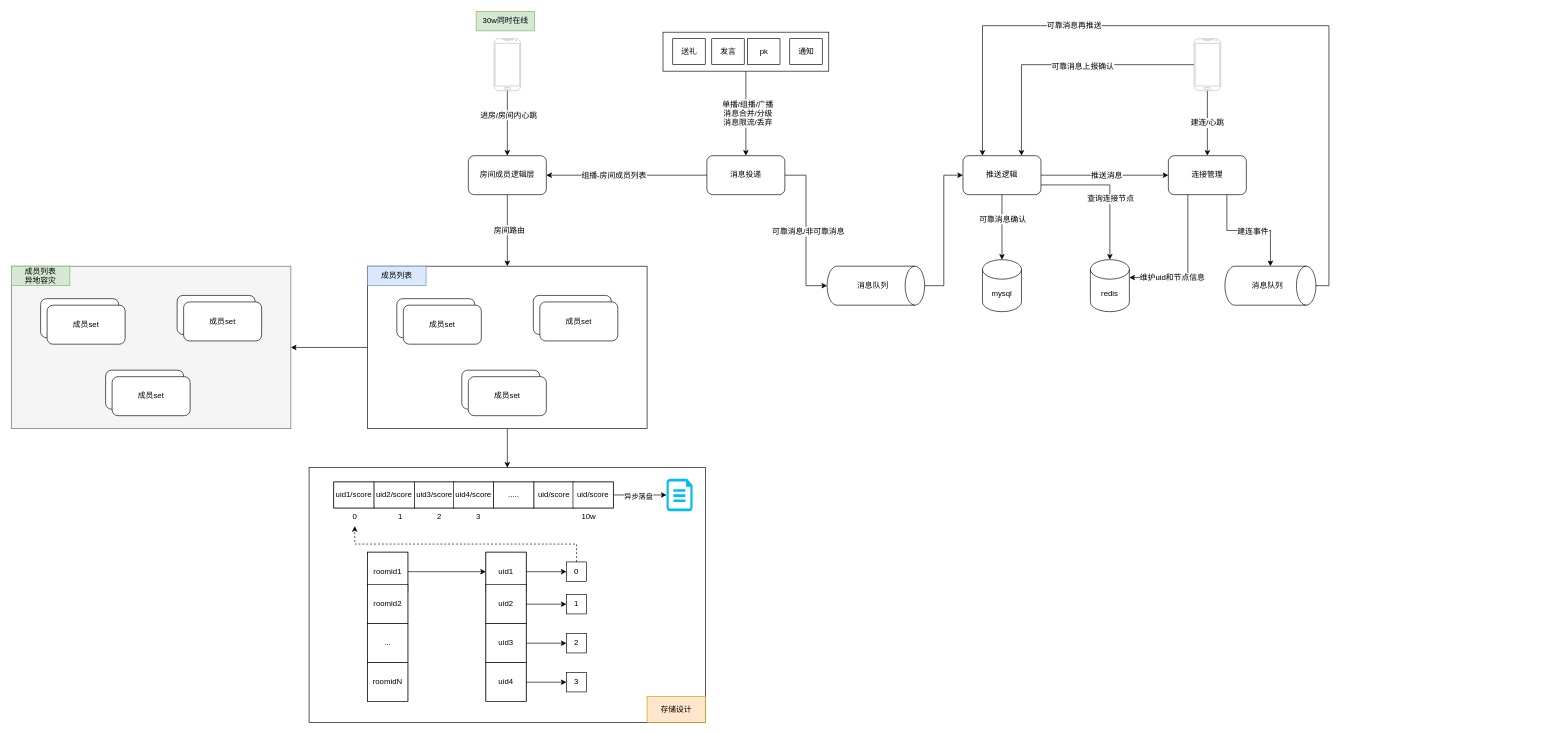
Above: live.drawio in lovercode/drawio (draw.io), before the change. Source tidied: cells renumbered, new cells numbered last; positions are measured from the earlier drawing's top-left corner, leaving out a move shared by most shapes. Both pictures are drawn from the tidied source at 65%, with x=0, y=0 at pixel (11, 11).
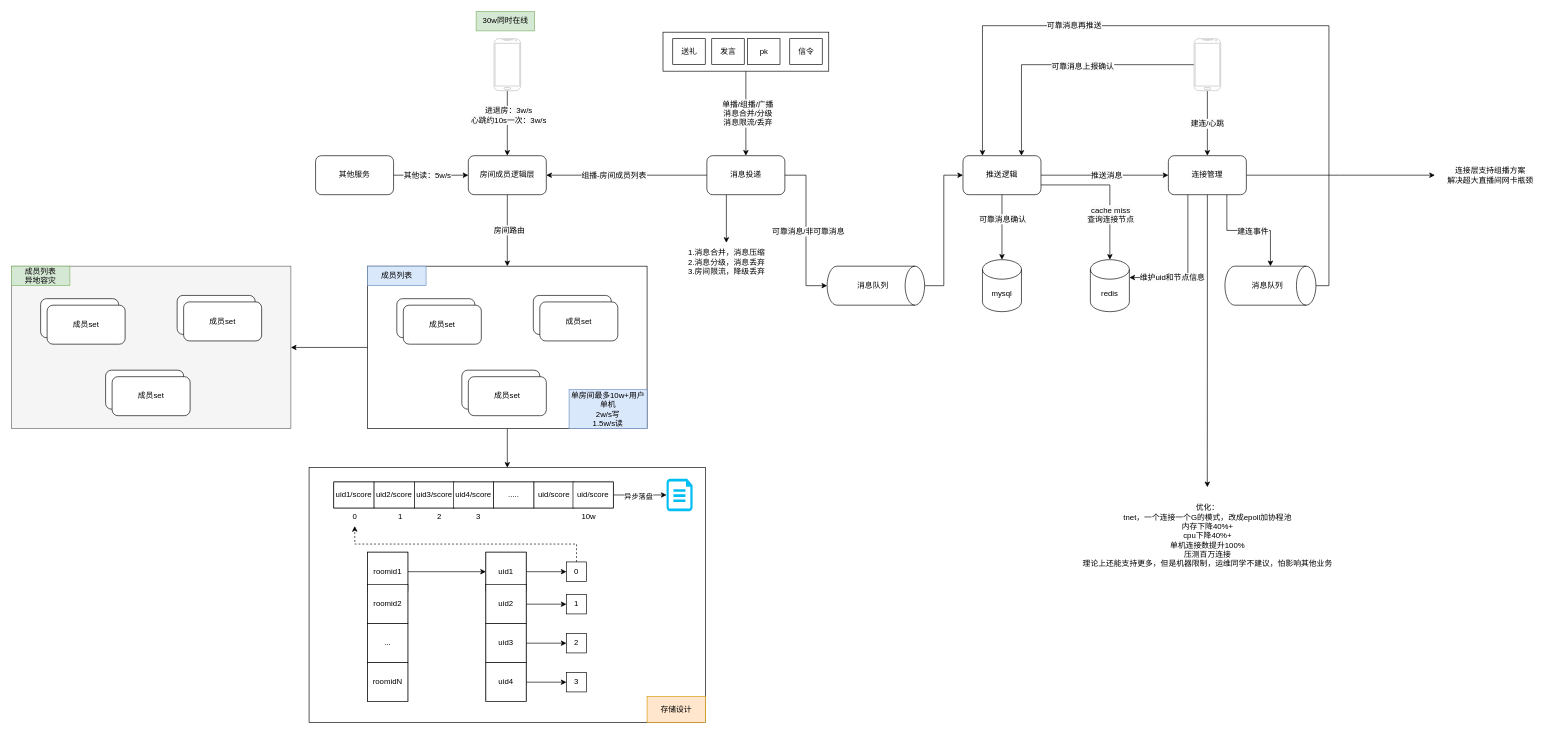
The same diagram, later.

Unchanged cells that the change refers to:
```xml
<mxCell id="6" value="连接管理" style="rounded=1;whiteSpace=wrap;html=1;" parent="1" vertex="1">
  <mxGeometry x="1780" y="222" width="120" height="60" as="geometry" />
</mxCell>
<mxCell id="12" value="消息投递" style="rounded=1;whiteSpace=wrap;html=1;" parent="1" vertex="1">
  <mxGeometry x="1070" y="222" width="120" height="60" as="geometry" />
</mxCell>
<mxCell id="27" value="房间成员逻辑层" style="rounded=1;whiteSpace=wrap;html=1;" parent="1" vertex="1">
  <mxGeometry x="703" y="222" width="120" height="60" as="geometry" />
</mxCell>
<mxCell id="31" style="verticalLabelPosition=bottom;verticalAlign=top;html=1;shadow=0;dashed=0;strokeWidth=1;shape=mxgraph.android.phone2;strokeColor=#c0c0c0;" parent="1" vertex="1">
  <mxGeometry x="1819.5" y="42" width="41" height="80" as="geometry" />
</mxCell>
<mxCell id="35" style="edgeStyle=orthogonalEdgeStyle;rounded=0;jettySize=auto;html=1;" parent="1" edge="1" source="37" target="27">
  <mxGeometry relative="1" as="geometry" />
</mxCell>
<mxCell id="45" style="edgeStyle=orthogonalEdgeStyle;rounded=0;jettySize=auto;html=1;exitX=1;exitY=0.75;exitDx=0;exitDy=0;entryX=0.5;entryY=0;entryDx=0;entryDy=0;entryPerimeter=0;" parent="1" edge="1" source="9" target="32">
  <mxGeometry relative="1" as="geometry" />
</mxCell>
```

Change to the diagram source:
```diff
@@
+    <mxCell id="102" style="edgeStyle=orthogonalEdgeStyle;rounded=0;jettySize=auto;html=1;exitX=0.5;exitY=1;exitDx=0;exitDy=0;" parent="1" edge="1" source="6">
+      <mxGeometry relative="1" as="geometry">
+        <mxPoint x="1839.9" y="732" as="targetPoint" />
+      </mxGeometry>
+    </mxCell>
+    <mxCell id="103" style="edgeStyle=orthogonalEdgeStyle;rounded=0;jettySize=auto;html=1;" parent="1" edge="1" source="6">
+      <mxGeometry relative="1" as="geometry">
+        <mxPoint x="2190" y="252" as="targetPoint" />
+      </mxGeometry>
+    </mxCell>
@@
+    <mxCell id="104" style="edgeStyle=orthogonalEdgeStyle;rounded=0;jettySize=auto;html=1;exitX=0.25;exitY=1;exitDx=0;exitDy=0;" parent="1" edge="1" source="12" target="111">
+      <mxGeometry relative="1" as="geometry" />
+    </mxCell>
@@
     <mxCell id="28" value="&lt;span style=&quot;font-size: 12px; background-color: rgb(251, 251, 251);&quot;&gt;建连/心跳&lt;/span&gt;" style="edgeStyle=orthogonalEdgeStyle;rounded=0;jettySize=auto;html=1;" parent="1" edge="1" source="31" target="6">
-      <mxGeometry relative="1" as="geometry" />
+      <mxGeometry x="0.01" relative="1" as="geometry" />
     </mxCell>
@@
-    <mxCell id="36" value="&lt;span style=&quot;font-size: 12px; background-color: rgb(251, 251, 251);&quot;&gt;进房/房间内心跳&lt;/span&gt;" style="edgeLabel;html=1;align=center;verticalAlign=middle;" parent="35" vertex="1">
+    <mxCell id="36" value="&lt;span style=&quot;font-size: 12px; background-color: rgb(251, 251, 251);&quot;&gt;进退房：3w/s&lt;br&gt;心跳约10s一次：3w/s&lt;br&gt;&lt;/span&gt;" style="edgeLabel;html=1;align=center;verticalAlign=middle;" parent="35" vertex="1">
       <mxGeometry x="-0.26" y="1" relative="1" as="geometry" />
     </mxCell>
@@
-    <mxCell id="44" value="通知" style="rounded=0;whiteSpace=wrap;html=1;" parent="1" vertex="1">
+    <mxCell id="44" value="信令" style="rounded=0;whiteSpace=wrap;html=1;" parent="1" vertex="1">
       <mxGeometry x="1197.5" y="42" width="50" height="40" as="geometry" />
     </mxCell>
@@
-    <mxCell id="46" value="&lt;span style=&quot;font-size: 12px; background-color: rgb(251, 251, 251);&quot;&gt;查询连接节点&lt;/span&gt;" style="edgeLabel;html=1;align=center;verticalAlign=middle;" parent="45" vertex="1">
-      <mxGeometry x="0.15" relative="1" as="geometry" />
+    <mxCell id="46" value="&lt;span style=&quot;font-size: 12px; background-color: rgb(251, 251, 251);&quot;&gt;cache miss&lt;br&gt;查询连接节点&lt;/span&gt;" style="edgeLabel;html=1;align=center;verticalAlign=middle;" parent="45" vertex="1">
+      <mxGeometry x="0.15" relative="1" as="geometry">
+        <mxPoint y="24" as="offset" />
+      </mxGeometry>
     </mxCell>
@@
+    <mxCell id="105" style="edgeStyle=orthogonalEdgeStyle;rounded=0;jettySize=auto;html=1;" parent="1" edge="1" source="107" target="27">
+      <mxGeometry relative="1" as="geometry" />
+    </mxCell>
+    <mxCell id="106" value="&lt;span style=&quot;font-size: 12px; background-color: rgb(251, 251, 251);&quot;&gt;其他读：5w/s&lt;/span&gt;" style="edgeLabel;html=1;align=center;verticalAlign=middle;" parent="105" vertex="1">
+      <mxGeometry x="-0.11" relative="1" as="geometry" />
+    </mxCell>
+    <mxCell id="107" value="其他服务" style="rounded=1;whiteSpace=wrap;html=1;" parent="1" vertex="1">
+      <mxGeometry x="468" y="222" width="120" height="60" as="geometry" />
+    </mxCell>
+    <mxCell id="108" value="单房间最多10w+用户&lt;br&gt;&lt;span style=&quot;text-wrap: nowrap;&quot;&gt;单机&lt;/span&gt;&lt;div style=&quot;text-wrap: nowrap;&quot;&gt;2w/s写&lt;br&gt;1.5w/s读&lt;/div&gt;" style="rounded=0;whiteSpace=wrap;html=1;fillColor=#dae8fc;strokeColor=#6c8ebf;" parent="1" vertex="1">
+      <mxGeometry x="858" y="582" width="120" height="60" as="geometry" />
+    </mxCell>
+    <mxCell id="109" value="优化：&lt;br&gt;tnet，一个连接一个G的模式，改成epoll加协程池&lt;div&gt;内存下降40%+&lt;br&gt;cpu下降40%+&lt;br&gt;单机连接数提升100%&lt;br&gt;压测百万连接&lt;br&gt;理论上还能支持更多，但是机器限制，运维同学不建议，怕影响其他业务&lt;/div&gt;" style="text;html=1;align=center;verticalAlign=middle;strokeColor=none;fillColor=none;" parent="1" vertex="1">
+      <mxGeometry x="1635" y="752" width="410" height="110" as="geometry" />
+    </mxCell>
+    <mxCell id="110" value="连接层支持组播方案&lt;br&gt;解决超大直播间网卡瓶颈" style="text;html=1;align=center;verticalAlign=middle;strokeColor=none;fillColor=none;" parent="1" vertex="1">
+      <mxGeometry x="2195" y="232" width="160" height="40" as="geometry" />
+    </mxCell>
+    <mxCell id="111" value="1.消息合并，消息压缩&lt;br&gt;2.消息分级，消息丢弃&lt;br&gt;3.房间限流，降级丢弃" style="text;html=1;align=center;verticalAlign=middle;points=[];strokeColor=none;fillColor=none;" parent="1" vertex="1">
+      <mxGeometry x="1030" y="356" width="140" height="60" as="geometry" />
+    </mxCell>
```
